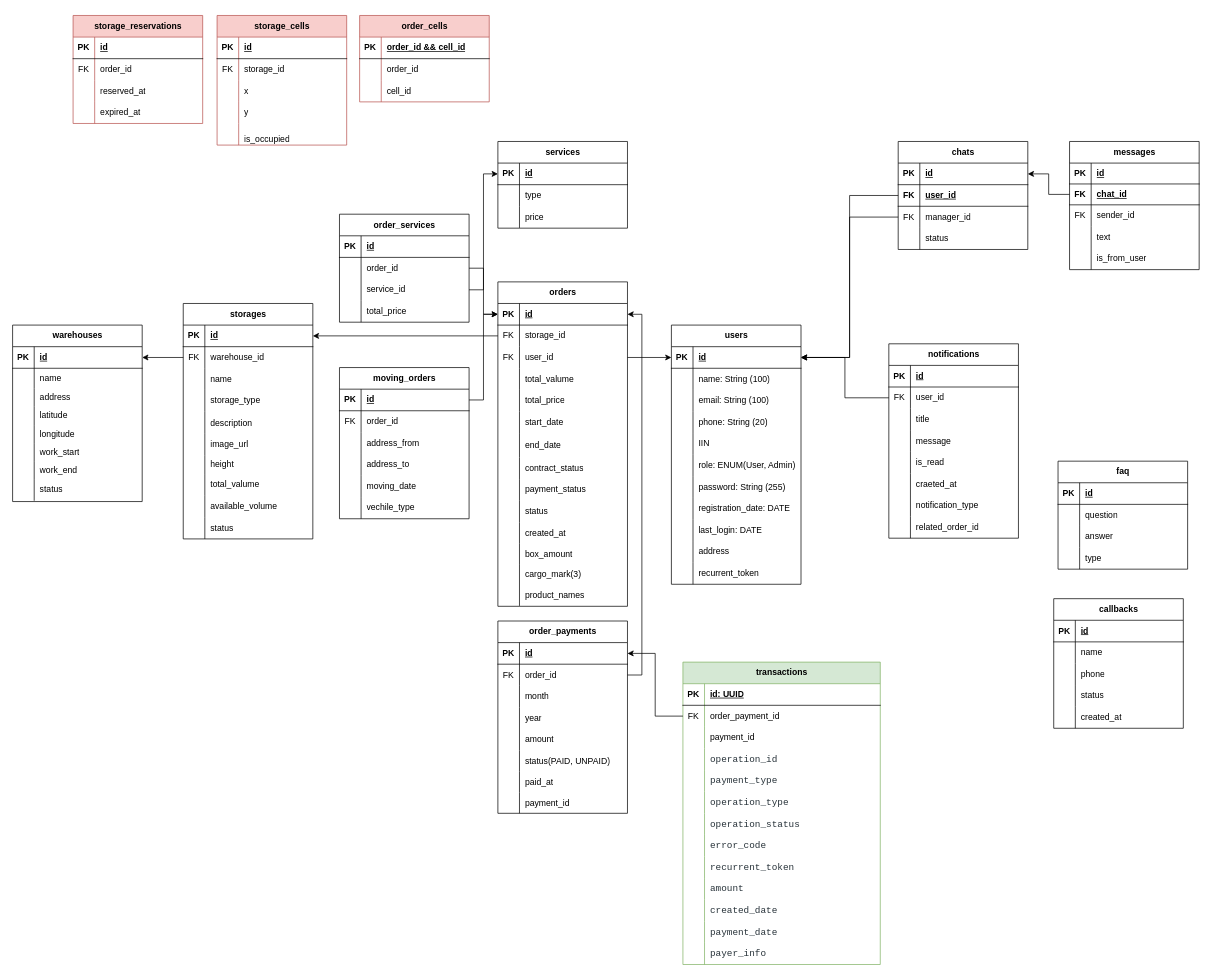
This is src/main/ExtraspaceDB_ER_DIAGRAM.drawio from ITAcceleratorNX/backend, a draw.io file, before an edit. Source tidied: cells renumbered, new cells numbered last; positions are measured from the earlier drawing's top-left corner, leaving out a move shared by most shapes. Both pictures are drawn from the tidied source at 72%, with x=0, y=0 at pixel (12, 15).
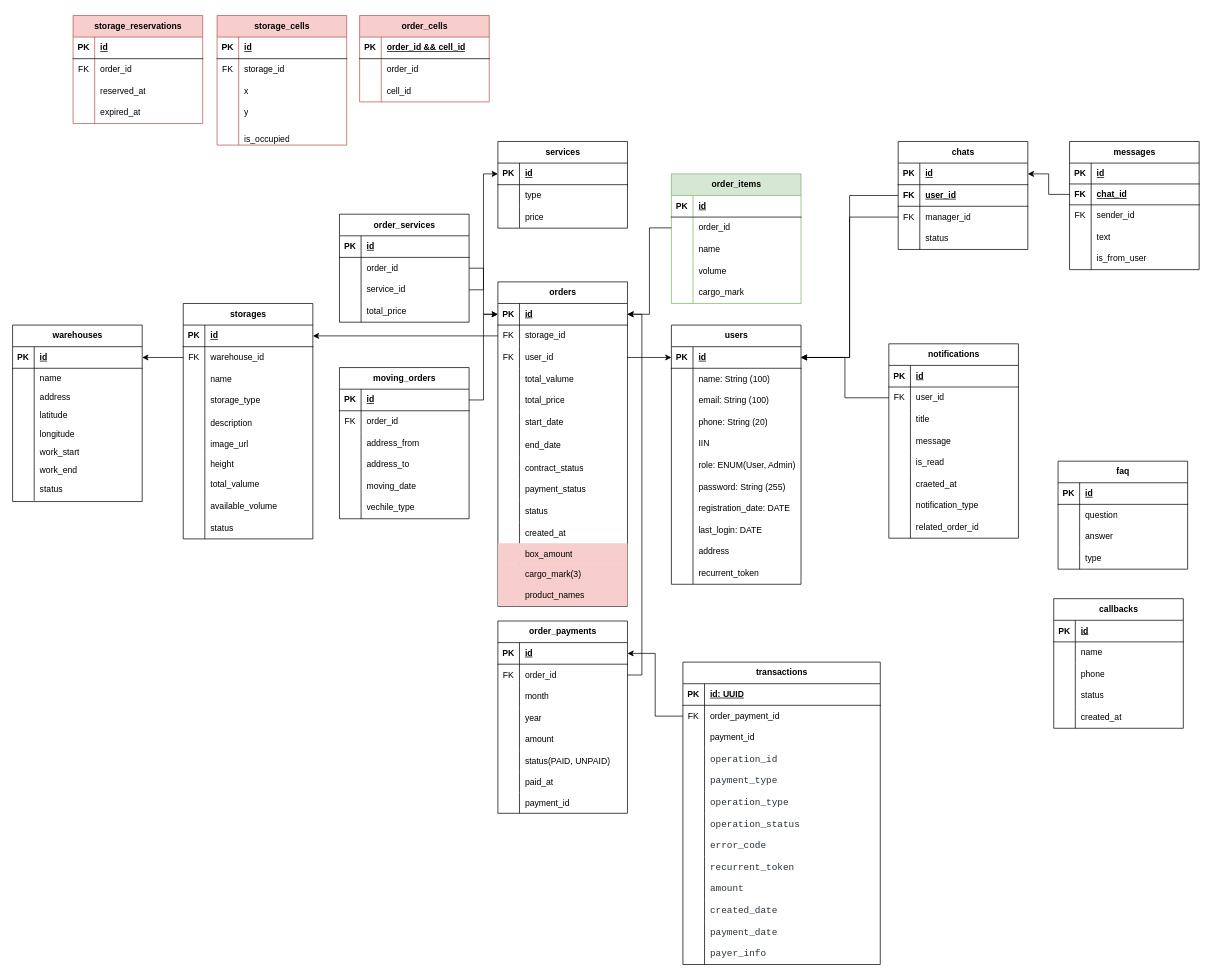
After the change.

Commit message:
order_items

Unchanged cells that the change refers to:
```xml
<mxCell id="67" value="orders" style="shape=table;startSize=30;childLayout=tableLayout;rowLines=0;fontStyle=1;align=center;html=1;" parent="1" vertex="1">
  <mxGeometry x="674" y="370" width="180" height="450.6" as="geometry" />
</mxCell>
<mxCell id="68" style="shape=tableRow;horizontal=0;startSize=0;swimlaneHead=0;swimlaneBody=0;fillColor=none;points=[[0,0.5],[1,0.5]];portConstraint=eastwest;top=0;left=0;right=0;bottom=1;" parent="67" vertex="1">
  <mxGeometry y="30" width="180" height="30" as="geometry" />
</mxCell>
```

What changed in the source:
```diff
@@
-    <mxCell id="101" style="shape=tableRow;horizontal=0;startSize=0;swimlaneHead=0;swimlaneBody=0;fillColor=none;top=0;left=0;right=0;bottom=0;strokeColor=#82b366;" parent="67" vertex="1">
+    <mxCell id="101" style="shape=tableRow;horizontal=0;startSize=0;swimlaneHead=0;swimlaneBody=0;fillColor=#f8cecc;top=0;left=0;right=0;bottom=0;strokeColor=#b85450;" parent="67" vertex="1">
       <mxGeometry y="363" width="180" height="29" as="geometry" />
     </mxCell>
@@
-    <mxCell id="104" style="shape=tableRow;horizontal=0;startSize=0;swimlaneHead=0;swimlaneBody=0;fillColor=none;top=0;left=0;right=0;bottom=0;strokeColor=#82b366;" parent="67" vertex="1">
+    <mxCell id="104" style="shape=tableRow;horizontal=0;startSize=0;swimlaneHead=0;swimlaneBody=0;fillColor=#f8cecc;top=0;left=0;right=0;bottom=0;strokeColor=#b85450;" parent="67" vertex="1">
       <mxGeometry y="392" width="180" height="29" as="geometry" />
     </mxCell>
@@
-    <mxCell id="107" style="shape=tableRow;horizontal=0;startSize=0;swimlaneHead=0;swimlaneBody=0;fillColor=none;top=0;left=0;right=0;bottom=0;strokeColor=#82b366;" parent="67" vertex="1">
+    <mxCell id="107" style="shape=tableRow;horizontal=0;startSize=0;swimlaneHead=0;swimlaneBody=0;fillColor=#f8cecc;top=0;left=0;right=0;bottom=0;strokeColor=#b85450;" parent="67" vertex="1">
       <mxGeometry y="421" width="180" height="29" as="geometry" />
     </mxCell>
@@
-    <mxCell id="170" value="transactions" style="shape=table;startSize=30;childLayout=tableLayout;rowLines=0;fontStyle=1;align=center;html=1;fillColor=#d5e8d4;strokeColor=#82b366;" parent="1" vertex="1">
+    <mxCell id="170" value="transactions" style="shape=table;startSize=30;childLayout=tableLayout;rowLines=0;fontStyle=1;align=center;html=1;fillColor=none;strokeColor=default;" parent="1" vertex="1">
       <mxGeometry x="931" y="898.1" width="274.1" height="420" as="geometry" />
     </mxCell>
@@
+    <mxCell id="376" value="order_items" style="shape=table;startSize=30;childLayout=tableLayout;rowLines=0;fontStyle=1;align=center;html=1;fillColor=#d5e8d4;strokeColor=#82b366;" parent="1" vertex="1">
+      <mxGeometry x="915" y="220" width="180" height="180" as="geometry" />
+    </mxCell>
+    <mxCell id="377" style="shape=tableRow;horizontal=0;startSize=0;swimlaneHead=0;swimlaneBody=0;fillColor=none;top=0;left=0;right=0;bottom=1;" parent="376" vertex="1">
+      <mxGeometry y="30" width="180" height="30" as="geometry" />
+    </mxCell>
+    <mxCell id="378" value="PK" style="shape=partialRectangle;fillColor=none;top=0;left=0;bottom=0;right=0;fontStyle=1;overflow=hidden;whiteSpace=wrap;html=1;" parent="377" vertex="1">
+      <mxGeometry width="30" height="30" as="geometry" />
+    </mxCell>
+    <mxCell id="379" value="id" style="shape=partialRectangle;fillColor=none;top=0;left=0;bottom=0;right=0;align=left;spacingLeft=6;fontStyle=5;overflow=hidden;whiteSpace=wrap;html=1;" parent="377" vertex="1">
+      <mxGeometry x="30" width="150" height="30" as="geometry" />
+    </mxCell>
+    <mxCell id="380" style="shape=tableRow;horizontal=0;startSize=0;swimlaneHead=0;swimlaneBody=0;fillColor=none;points=[[0,0.5],[1,0.5]];portConstraint=eastwest;top=0;left=0;right=0;bottom=0;" parent="376" vertex="1">
+      <mxGeometry y="60" width="180" height="30" as="geometry" />
+    </mxCell>
+    <mxCell id="381" style="shape=partialRectangle;fillColor=none;top=0;left=0;bottom=0;right=0;overflow=hidden;whiteSpace=wrap;html=1;" parent="380" vertex="1">
+      <mxGeometry width="30" height="30" as="geometry" />
+    </mxCell>
+    <mxCell id="382" value="order_id" style="shape=partialRectangle;fillColor=none;top=0;left=0;bottom=0;right=0;align=left;spacingLeft=6;overflow=hidden;whiteSpace=wrap;html=1;" parent="380" vertex="1">
+      <mxGeometry x="30" width="150" height="30" as="geometry" />
+    </mxCell>
+    <mxCell id="383" style="shape=tableRow;horizontal=0;startSize=0;swimlaneHead=0;swimlaneBody=0;fillColor=none;top=0;left=0;right=0;bottom=0;" parent="376" vertex="1">
+      <mxGeometry y="90" width="180" height="30" as="geometry" />
+    </mxCell>
+    <mxCell id="384" style="shape=partialRectangle;fillColor=none;top=0;left=0;bottom=0;right=0;overflow=hidden;whiteSpace=wrap;html=1;" parent="383" vertex="1">
+      <mxGeometry width="30" height="30" as="geometry" />
+    </mxCell>
+    <mxCell id="385" value="name" style="shape=partialRectangle;fillColor=none;top=0;left=0;bottom=0;right=0;align=left;spacingLeft=6;overflow=hidden;whiteSpace=wrap;html=1;" parent="383" vertex="1">
+      <mxGeometry x="30" width="150" height="30" as="geometry" />
+    </mxCell>
+    <mxCell id="386" style="shape=tableRow;horizontal=0;startSize=0;swimlaneHead=0;swimlaneBody=0;fillColor=none;top=0;left=0;right=0;bottom=0;" parent="376" vertex="1">
+      <mxGeometry y="120" width="180" height="30" as="geometry" />
+    </mxCell>
+    <mxCell id="387" style="shape=partialRectangle;fillColor=none;top=0;left=0;bottom=0;right=0;overflow=hidden;whiteSpace=wrap;html=1;" parent="386" vertex="1">
+      <mxGeometry width="30" height="30" as="geometry" />
+    </mxCell>
+    <mxCell id="388" value="volume" style="shape=partialRectangle;fillColor=none;top=0;left=0;bottom=0;right=0;align=left;spacingLeft=6;overflow=hidden;whiteSpace=wrap;html=1;" parent="386" vertex="1">
+      <mxGeometry x="30" width="150" height="30" as="geometry" />
+    </mxCell>
+    <mxCell id="389" style="shape=tableRow;horizontal=0;startSize=0;swimlaneHead=0;swimlaneBody=0;fillColor=none;top=0;left=0;right=0;bottom=0;" parent="376" vertex="1">
+      <mxGeometry y="150" width="180" height="30" as="geometry" />
+    </mxCell>
+    <mxCell id="390" style="shape=partialRectangle;fillColor=none;top=0;left=0;bottom=0;right=0;overflow=hidden;whiteSpace=wrap;html=1;" parent="389" vertex="1">
+      <mxGeometry width="30" height="30" as="geometry" />
+    </mxCell>
+    <mxCell id="391" value="cargo_mark" style="shape=partialRectangle;fillColor=none;top=0;left=0;bottom=0;right=0;align=left;spacingLeft=6;overflow=hidden;whiteSpace=wrap;html=1;" parent="389" vertex="1">
+      <mxGeometry x="30" width="150" height="30" as="geometry" />
+    </mxCell>
+    <mxCell id="392" style="edgeStyle=orthogonalEdgeStyle;rounded=0;jettySize=auto;html=1;exitX=0;exitY=0.5;exitDx=0;exitDy=0;entryX=1;entryY=0.5;entryDx=0;entryDy=0;" parent="1" edge="1" source="380" target="68">
+      <mxGeometry relative="1" as="geometry" />
+    </mxCell>
```
